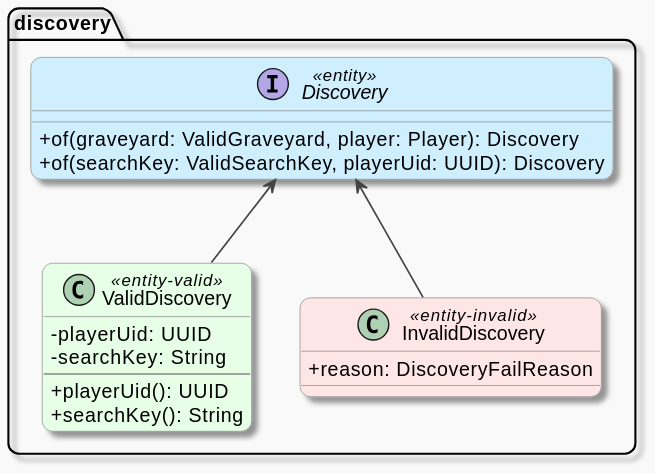
This is models/src/main/java/com/winterhavenmc/savagegraveyards/models/discovery/doc-files/Discovery_structure.svg from winterhavenmc/SavageGraveyards, a PlantUML export, as it was before one commit.
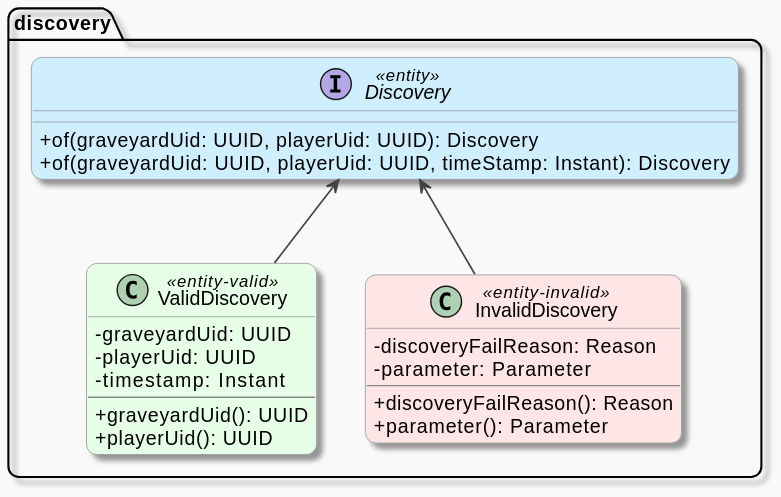
After the commit.

Change to the diagram source:
```diff
@@ -21,18 +21,23 @@
 
 package discovery {
     interface Discovery <<entity>> {
-        + of(graveyard: ValidGraveyard, player: Player): Discovery
-        + of(searchKey: ValidSearchKey, playerUid: UUID): Discovery
+        + of(graveyardUid: UUID, playerUid: UUID): Discovery
+        + of(graveyardUid: UUID, playerUid: UUID, timeStamp: Instant): Discovery
     }
     class ValidDiscovery <<entity-valid>> {
+        - graveyardUid: UUID
         - playerUid: UUID
-        - searchKey: String
+        - timestamp: Instant
         --
+        + graveyardUid(): UUID
         + playerUid(): UUID
-        + searchKey(): String
     }
     class InvalidDiscovery <<entity-invalid>> {
-        + reason: DiscoveryFailReason
+        - discoveryFailReason: Reason
+        - parameter: Parameter
+        --
+        + discoveryFailReason(): Reason
+        + parameter(): Parameter
     }
     Discovery <-- ValidDiscovery
     Discovery <-- InvalidDiscovery
```
